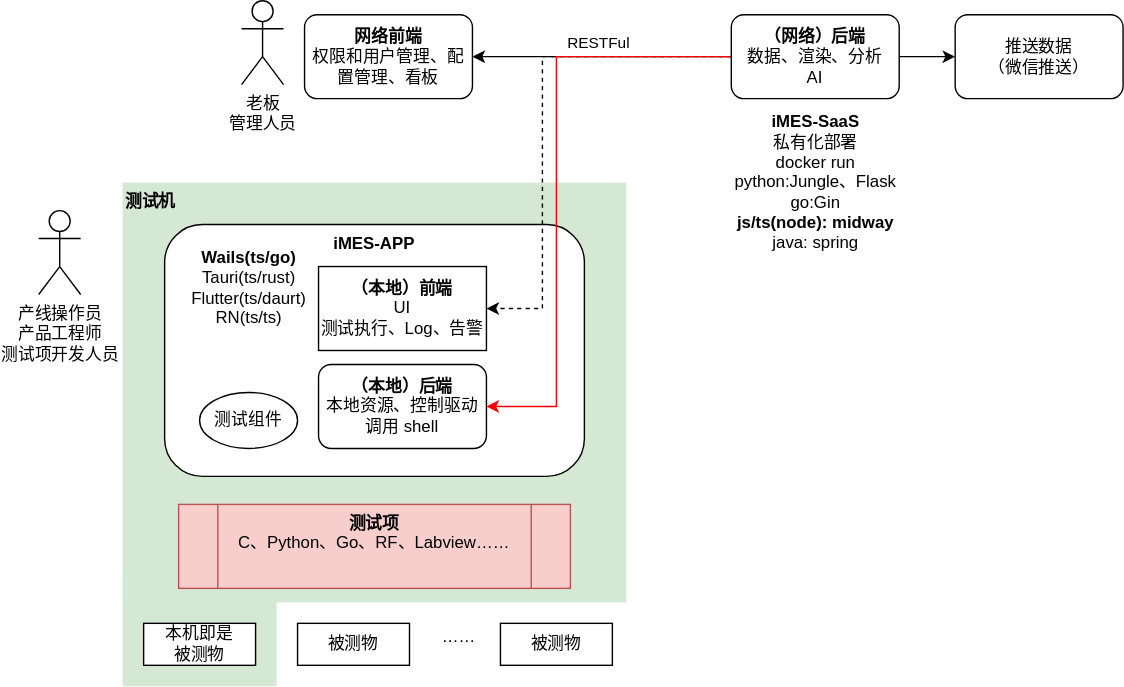
This is static/img/design.spec/logic.view.svg from i-MES/iMES-doc, a draw.io export, as it was before one commit. Source tidied: cells renumbered, new cells last; positions are measured from the earlier drawing's top-left corner, leaving out a move shared by most shapes. The source it was exported from:
```xml
<mxGraphModel>
  <root>
    <mxCell id="0" />
    <mxCell id="1" parent="0" />
    <mxCell id="2" style="rounded=0;whiteSpace=wrap;html=1;verticalAlign=top;fillColor=#d5e8d4;strokeColor=none;fontStyle=1;align=left;" parent="1" vertex="1">
      <mxGeometry x="60" y="410" width="110" height="80" as="geometry" />
    </mxCell>
    <mxCell id="3" value="测试机" style="rounded=0;whiteSpace=wrap;html=1;verticalAlign=top;fillColor=#d5e8d4;strokeColor=none;fontStyle=1;align=left;" parent="1" vertex="1">
      <mxGeometry x="60" y="130" width="360" height="300" as="geometry" />
    </mxCell>
    <mxCell id="4" value="&lt;b&gt;iMES-APP&lt;/b&gt;" style="rounded=1;whiteSpace=wrap;html=1;verticalAlign=top;" parent="1" vertex="1">
      <mxGeometry x="90" y="160" width="300" height="180" as="geometry" />
    </mxCell>
    <mxCell id="5" value="&lt;b&gt;（本地）前端&lt;/b&gt;&lt;br&gt;UI&lt;br&gt;测试执行、Log、告警" style="rounded=0;whiteSpace=wrap;html=1;" parent="1" vertex="1">
      <mxGeometry x="200" y="190" width="120" height="60" as="geometry" />
    </mxCell>
    <mxCell id="6" value="&lt;b&gt;网络前端&lt;/b&gt;&lt;br&gt;权限和用户管理、配置管理、看板" style="rounded=1;whiteSpace=wrap;html=1;" parent="1" vertex="1">
      <mxGeometry x="190" y="10" width="120" height="60" as="geometry" />
    </mxCell>
    <mxCell id="7" value="RESTFul" style="edgeStyle=orthogonalEdgeStyle;rounded=0;jettySize=auto;html=1;" parent="1" edge="1" source="11" target="6">
      <mxGeometry x="0.03" y="-10" relative="1" as="geometry" />
    </mxCell>
    <mxCell id="8" style="edgeStyle=orthogonalEdgeStyle;rounded=0;jettySize=auto;html=1;entryX=1;entryY=0.5;entryDx=0;entryDy=0;dashed=1;" parent="1" edge="1" source="11" target="5">
      <mxGeometry relative="1" as="geometry">
        <Array as="points">
          <mxPoint x="360" y="40" />
          <mxPoint x="360" y="220" />
        </Array>
      </mxGeometry>
    </mxCell>
    <mxCell id="9" style="edgeStyle=orthogonalEdgeStyle;rounded=0;jettySize=auto;html=1;entryX=1;entryY=0.5;entryDx=0;entryDy=0;strokeColor=#FF0000;" parent="1" edge="1" source="11" target="12">
      <mxGeometry relative="1" as="geometry">
        <Array as="points">
          <mxPoint x="370" y="40" />
          <mxPoint x="370" y="290" />
        </Array>
      </mxGeometry>
    </mxCell>
    <mxCell id="10" style="edgeStyle=orthogonalEdgeStyle;rounded=0;jettySize=auto;html=1;strokeColor=#000000;" parent="1" edge="1" source="11" target="18">
      <mxGeometry relative="1" as="geometry" />
    </mxCell>
    <mxCell id="11" value="&lt;b&gt;（网络）后端&lt;/b&gt;&lt;br&gt;数据、渲染、分析&lt;br&gt;AI" style="rounded=1;whiteSpace=wrap;html=1;" parent="1" vertex="1">
      <mxGeometry x="495" y="10" width="120" height="60" as="geometry" />
    </mxCell>
    <mxCell id="12" value="&lt;b&gt;（本地）后端&lt;/b&gt;&lt;br&gt;本地资源、控制驱动&lt;br&gt;调用 shell" style="rounded=1;whiteSpace=wrap;html=1;" parent="1" vertex="1">
      <mxGeometry x="200" y="260" width="120" height="60" as="geometry" />
    </mxCell>
    <mxCell id="13" value="本机即是&lt;br&gt;被测物" style="rounded=0;whiteSpace=wrap;html=1;" parent="1" vertex="1">
      <mxGeometry x="75" y="445" width="80" height="30" as="geometry" />
    </mxCell>
    <mxCell id="14" value="&lt;b&gt;iMES-SaaS&lt;/b&gt;&lt;br&gt;私有化部署&lt;br&gt;docker run&lt;br&gt;python:Jungle、Flask&lt;br&gt;go:Gin&lt;br&gt;&lt;b&gt;js/ts(node): midway&lt;/b&gt;&lt;br&gt;java: spring" style="text;html=1;align=center;verticalAlign=middle;strokeColor=none;fillColor=none;" parent="1" vertex="1">
      <mxGeometry x="490" y="80" width="130" height="100" as="geometry" />
    </mxCell>
    <mxCell id="15" value="&lt;b&gt;Wails(ts/go)&lt;/b&gt;&lt;br&gt;Tauri(ts/rust)&lt;br&gt;Flutter(ts/daurt)&lt;br&gt;RN(ts/ts)" style="text;html=1;align=center;verticalAlign=middle;strokeColor=none;fillColor=none;" parent="1" vertex="1">
      <mxGeometry x="100" y="175" width="100" height="60" as="geometry" />
    </mxCell>
    <mxCell id="16" value="……&lt;br&gt;" style="text;html=1;align=center;verticalAlign=middle;strokeColor=none;fillColor=none;" parent="1" vertex="1">
      <mxGeometry x="280" y="445" width="40" height="20" as="geometry" />
    </mxCell>
    <mxCell id="17" value="&lt;b&gt;测试项&lt;/b&gt;&lt;br&gt;C、Python、Go、RF、Labview……" style="shape=process;whiteSpace=wrap;html=1;backgroundOutline=1;verticalAlign=top;fillColor=#f8cecc;strokeColor=#b85450;" parent="1" vertex="1">
      <mxGeometry x="100" y="360" width="280" height="60" as="geometry" />
    </mxCell>
    <mxCell id="18" value="推送数据&lt;br&gt;（微信推送）" style="whiteSpace=wrap;html=1;rounded=1;" parent="1" vertex="1">
      <mxGeometry x="655" y="10" width="120" height="60" as="geometry" />
    </mxCell>
    <mxCell id="19" value="测试组件" style="ellipse;whiteSpace=wrap;html=1;verticalAlign=middle;" parent="1" vertex="1">
      <mxGeometry x="115" y="280" width="70" height="40" as="geometry" />
    </mxCell>
    <mxCell id="20" value="产线操作员&lt;br&gt;产品工程师&lt;br&gt;测试项开发人员" style="shape=umlActor;verticalLabelPosition=bottom;verticalAlign=top;html=1;" parent="1" vertex="1">
      <mxGeometry y="150" width="30" height="60" as="geometry" />
    </mxCell>
    <mxCell id="21" value="老板&lt;br&gt;管理人员" style="shape=umlActor;verticalLabelPosition=bottom;verticalAlign=top;html=1;" parent="1" vertex="1">
      <mxGeometry x="145" width="30" height="60" as="geometry" />
    </mxCell>
    <mxCell id="22" value="被测物" style="rounded=0;whiteSpace=wrap;html=1;" parent="1" vertex="1">
      <mxGeometry x="185" y="445" width="80" height="30" as="geometry" />
    </mxCell>
    <mxCell id="23" value="被测物" style="rounded=0;whiteSpace=wrap;html=1;" parent="1" vertex="1">
      <mxGeometry x="330" y="445" width="80" height="30" as="geometry" />
    </mxCell>
  </root>
</mxGraphModel>
```
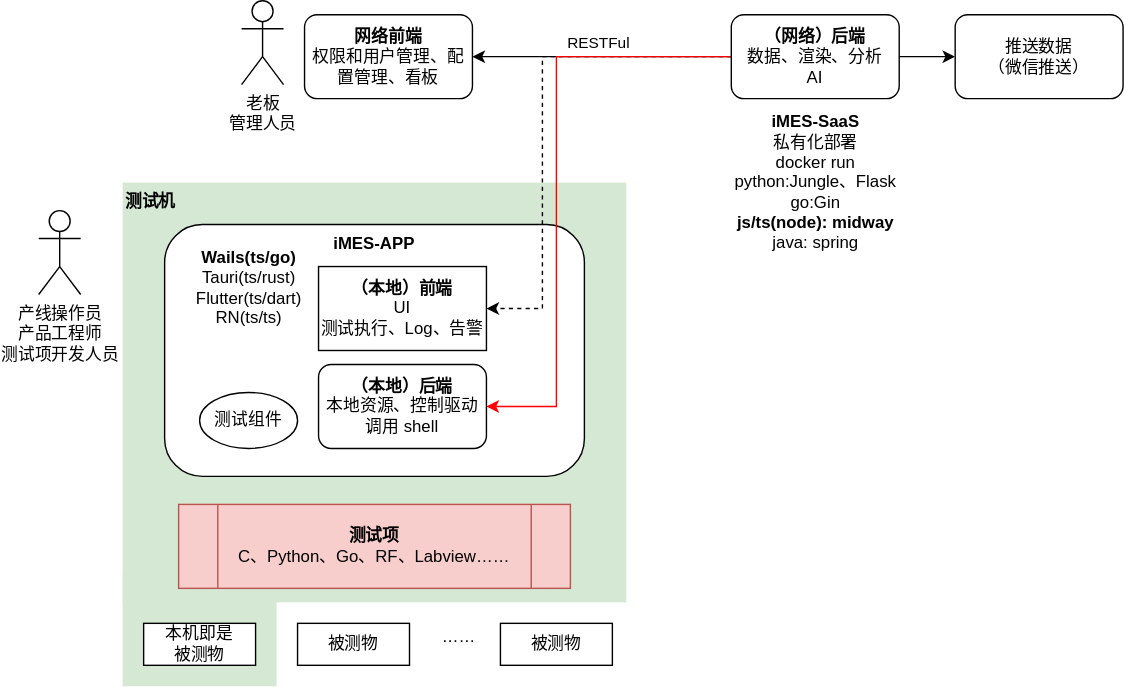
Later version of the same file.

What changed in the source:
```diff
@@ -51,13 +51,13 @@
     <mxCell id="14" value="&lt;b&gt;iMES-SaaS&lt;/b&gt;&lt;br&gt;私有化部署&lt;br&gt;docker run&lt;br&gt;python:Jungle、Flask&lt;br&gt;go:Gin&lt;br&gt;&lt;b&gt;js/ts(node): midway&lt;/b&gt;&lt;br&gt;java: spring" style="text;html=1;align=center;verticalAlign=middle;strokeColor=none;fillColor=none;" parent="1" vertex="1">
       <mxGeometry x="490" y="80" width="130" height="100" as="geometry" />
     </mxCell>
-    <mxCell id="15" value="&lt;b&gt;Wails(ts/go)&lt;/b&gt;&lt;br&gt;Tauri(ts/rust)&lt;br&gt;Flutter(ts/daurt)&lt;br&gt;RN(ts/ts)" style="text;html=1;align=center;verticalAlign=middle;strokeColor=none;fillColor=none;" parent="1" vertex="1">
-      <mxGeometry x="100" y="175" width="100" height="60" as="geometry" />
+    <mxCell id="15" value="&lt;b&gt;Wails(ts/go)&lt;/b&gt;&lt;br&gt;Tauri(ts/rust)&lt;br&gt;Flutter(ts/dart)&lt;br&gt;RN(ts/ts)" style="text;html=1;align=center;verticalAlign=middle;strokeColor=none;fillColor=none;" parent="1" vertex="1">
+      <mxGeometry x="105" y="175" width="90" height="60" as="geometry" />
     </mxCell>
     <mxCell id="16" value="……&lt;br&gt;" style="text;html=1;align=center;verticalAlign=middle;strokeColor=none;fillColor=none;" parent="1" vertex="1">
       <mxGeometry x="280" y="445" width="40" height="20" as="geometry" />
     </mxCell>
-    <mxCell id="17" value="&lt;b&gt;测试项&lt;/b&gt;&lt;br&gt;C、Python、Go、RF、Labview……" style="shape=process;whiteSpace=wrap;html=1;backgroundOutline=1;verticalAlign=top;fillColor=#f8cecc;strokeColor=#b85450;" parent="1" vertex="1">
+    <mxCell id="17" value="&lt;b&gt;测试项&lt;/b&gt;&lt;br&gt;C、Python、Go、RF、Labview……" style="shape=process;whiteSpace=wrap;html=1;backgroundOutline=1;verticalAlign=middle;fillColor=#f8cecc;strokeColor=#b85450;" parent="1" vertex="1">
       <mxGeometry x="100" y="360" width="280" height="60" as="geometry" />
     </mxCell>
     <mxCell id="18" value="推送数据&lt;br&gt;（微信推送）" style="whiteSpace=wrap;html=1;rounded=1;" parent="1" vertex="1">
```
